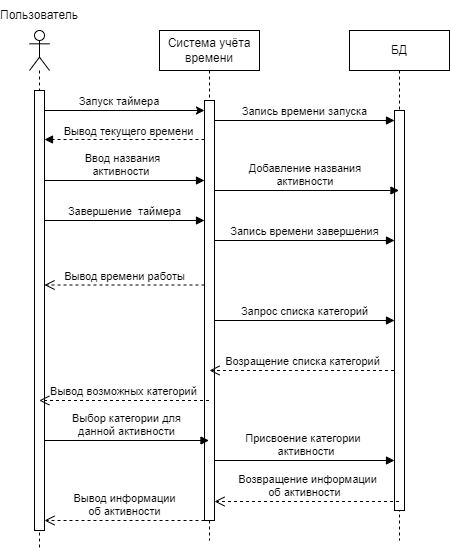
The draw.io diagram Диаграмма последовательности.png in MgrDim/Time-tracking-app-project, before a commit. Source tidied: cells renumbered, new cells last; positions are measured from the earlier drawing's top-left corner, leaving out a move shared by most shapes.
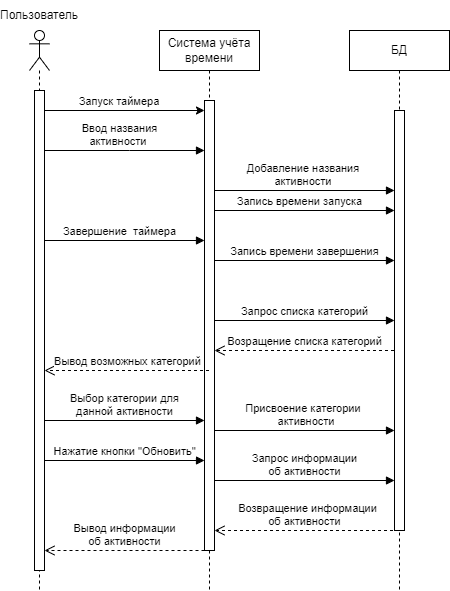
The same file after the commit.

Change to the diagram source:
```diff
@@ -3,22 +3,22 @@
     <mxCell id="0" />
     <mxCell id="1" parent="0" />
     <mxCell id="2" value="Система учёта времени" style="shape=umlLifeline;perimeter=lifelinePerimeter;whiteSpace=wrap;html=1;newEdgeStyle={&quot;edgeStyle&quot;:&quot;elbowEdgeStyle&quot;,&quot;elbow&quot;:&quot;vertical&quot;,&quot;curved&quot;:0,&quot;rounded&quot;:0};size=40;" parent="1" vertex="1">
-      <mxGeometry x="150" y="30" width="100" height="510" as="geometry" />
+      <mxGeometry x="150" y="30" width="100" height="560" as="geometry" />
     </mxCell>
     <mxCell id="3" style="html=1;points=[[0,0,0,0,5],[0,1,0,0,-5],[1,0,0,0,5],[1,1,0,0,-5]];perimeter=orthogonalPerimeter;outlineConnect=0;targetShapes=umlLifeline;portConstraint=eastwest;newEdgeStyle={&quot;curved&quot;:0,&quot;rounded&quot;:0};" parent="2" vertex="1">
-      <mxGeometry x="45" y="70" width="10" height="420" as="geometry" />
+      <mxGeometry x="45" y="70" width="10" height="450" as="geometry" />
     </mxCell>
     <mxCell id="4" style="shape=umlLifeline;perimeter=lifelinePerimeter;whiteSpace=wrap;html=1;newEdgeStyle={&quot;curved&quot;:0,&quot;rounded&quot;:0};participant=umlActor;" parent="1" vertex="1">
-      <mxGeometry x="20" y="30" width="20" height="520" as="geometry" />
+      <mxGeometry x="20" y="30" width="20" height="560" as="geometry" />
     </mxCell>
     <mxCell id="5" style="html=1;points=[[0,0,0,0,5],[0,1,0,0,-5],[1,0,0,0,5],[1,1,0,0,-5]];perimeter=orthogonalPerimeter;outlineConnect=0;targetShapes=umlLifeline;portConstraint=eastwest;newEdgeStyle={&quot;curved&quot;:0,&quot;rounded&quot;:0};" parent="4" vertex="1">
-      <mxGeometry x="5" y="60" width="10" height="440" as="geometry" />
+      <mxGeometry x="5" y="60" width="10" height="480" as="geometry" />
     </mxCell>
     <mxCell id="6" value="БД" style="shape=umlLifeline;perimeter=lifelinePerimeter;whiteSpace=wrap;html=1;newEdgeStyle={&quot;curved&quot;:0,&quot;rounded&quot;:0};" parent="1" vertex="1">
-      <mxGeometry x="340" y="30" width="100" height="510" as="geometry" />
+      <mxGeometry x="340" y="30" width="100" height="560" as="geometry" />
     </mxCell>
     <mxCell id="7" style="html=1;points=[[0,0,0,0,5],[0,1,0,0,-5],[1,0,0,0,5],[1,1,0,0,-5]];perimeter=orthogonalPerimeter;outlineConnect=0;targetShapes=umlLifeline;portConstraint=eastwest;newEdgeStyle={&quot;curved&quot;:0,&quot;rounded&quot;:0};" parent="6" vertex="1">
-      <mxGeometry x="45" y="80" width="10" height="400" as="geometry" />
+      <mxGeometry x="45" y="80" width="10" height="420" as="geometry" />
     </mxCell>
     <mxCell id="8" value="Пользователь" style="text;html=1;strokeColor=none;fillColor=none;align=center;verticalAlign=middle;whiteSpace=wrap;rounded=0;" parent="1" vertex="1">
       <mxGeometry width="60" height="30" as="geometry" />
@@ -35,48 +35,34 @@
       </mxGeometry>
     </mxCell>
     <mxCell id="11" value="Завершение&amp;nbsp; таймера" style="html=1;verticalAlign=bottom;endArrow=block;curved=0;rounded=0;" parent="1" edge="1">
-      <mxGeometry relative="1" as="geometry">
-        <mxPoint x="35" y="220" as="sourcePoint" />
-        <mxPoint x="195" y="220" as="targetPoint" />
+      <mxGeometry x="-0.06" relative="1" as="geometry">
+        <mxPoint x="35" y="240" as="sourcePoint" />
+        <mxPoint x="195" y="240" as="targetPoint" />
       </mxGeometry>
     </mxCell>
     <mxCell id="12" value="Запись времени запуска" style="html=1;verticalAlign=bottom;endArrow=block;curved=0;rounded=0;" parent="1" edge="1" target="7">
-      <mxGeometry relative="1" as="geometry">
-        <mxPoint x="205" y="120" as="sourcePoint" />
+      <mxGeometry x="-0.06" relative="1" as="geometry">
+        <mxPoint x="205" y="210" as="sourcePoint" />
       </mxGeometry>
     </mxCell>
     <mxCell id="13" value="Запись времени завершения" style="html=1;verticalAlign=bottom;endArrow=block;curved=0;rounded=0;" parent="1" edge="1">
       <mxGeometry relative="1" as="geometry">
-        <mxPoint x="205" y="240" as="sourcePoint" />
-        <mxPoint x="385" y="240" as="targetPoint" />
+        <mxPoint x="205" y="260" as="sourcePoint" />
+        <mxPoint x="385" y="260" as="targetPoint" />
       </mxGeometry>
     </mxCell>
-    <mxCell id="14" style="html=1;verticalAlign=bottom;endArrow=block;curved=0;rounded=0;dashed=1;" parent="1" edge="1">
-      <mxGeometry relative="1" as="geometry">
-        <mxPoint x="195" y="139" as="sourcePoint" />
-        <mxPoint x="35" y="139" as="targetPoint" />
-      </mxGeometry>
-    </mxCell>
-    <mxCell id="15" value="Вывод текущего времени" style="edgeLabel;html=1;align=center;verticalAlign=middle;" parent="14" vertex="1">
-      <mxGeometry x="-0.04" y="-1" relative="1" as="geometry">
-        <mxPoint y="-8" as="offset" />
-      </mxGeometry>
-    </mxCell>
-    <mxCell id="16" value="Вывод времени работы" style="html=1;verticalAlign=bottom;endArrow=open;dashed=1;endSize=8;curved=0;rounded=0;" parent="1" edge="1">
-      <mxGeometry relative="1" as="geometry">
-        <mxPoint x="195" y="284.5" as="sourcePoint" />
-        <mxPoint x="35" y="284.5" as="targetPoint" />
-      </mxGeometry>
-    </mxCell>
-    <mxCell id="17" value="&lt;font style=&quot;font-size: 11px;&quot;&gt;Ввод названия&lt;br&gt;активности&amp;nbsp;&lt;/font&gt;" style="html=1;verticalAlign=bottom;endArrow=block;curved=0;rounded=0;" parent="1" edge="1" source="5">
-      <mxGeometry x="-0.03" relative="1" as="geometry">
-        <mxPoint x="195" y="180" as="targetPoint" />
+    <mxCell id="17" value="&lt;font style=&quot;font-size: 11px;&quot;&gt;Ввод названия&lt;br&gt;активности&amp;nbsp;&lt;/font&gt;" style="html=1;verticalAlign=bottom;endArrow=block;curved=0;rounded=0;" parent="1" edge="1">
+      <mxGeometry x="-0.06" relative="1" as="geometry">
+        <mxPoint x="35" y="150" as="sourcePoint" />
+        <mxPoint x="195" y="150" as="targetPoint" />
+        <Array as="points">
+          <mxPoint x="120" y="150" />
+        </Array>
       </mxGeometry>
     </mxCell>
-    <mxCell id="18" value="Добавление названия&amp;nbsp;&lt;br&gt;активности&amp;nbsp;" style="html=1;verticalAlign=bottom;endArrow=block;curved=0;rounded=0;" parent="1" edge="1">
+    <mxCell id="18" value="Добавление названия&amp;nbsp;&lt;br&gt;активности&amp;nbsp;" style="html=1;verticalAlign=bottom;endArrow=block;curved=0;rounded=0;" parent="1" edge="1" target="7">
       <mxGeometry relative="1" as="geometry">
         <mxPoint x="205" y="190" as="sourcePoint" />
-        <mxPoint x="389.5" y="190" as="targetPoint" />
       </mxGeometry>
     </mxCell>
     <mxCell id="19" value="Запрос списка категорий" style="html=1;verticalAlign=bottom;endArrow=block;curved=0;rounded=0;" parent="1" edge="1">
@@ -85,40 +71,49 @@
         <mxPoint x="385" y="320" as="targetPoint" />
       </mxGeometry>
     </mxCell>
-    <mxCell id="20" value="Возращение списка категорий" style="html=1;verticalAlign=bottom;endArrow=open;dashed=1;endSize=8;curved=0;rounded=0;" parent="1" edge="1">
+    <mxCell id="20" value="Возращение списка категорий" style="html=1;verticalAlign=bottom;endArrow=open;dashed=1;endSize=8;curved=0;rounded=0;" parent="1" edge="1" target="3">
       <mxGeometry relative="1" as="geometry">
-        <mxPoint x="384.5" y="370" as="sourcePoint" />
-        <mxPoint x="200" y="370" as="targetPoint" />
+        <mxPoint x="384.5" y="350" as="sourcePoint" />
       </mxGeometry>
     </mxCell>
-    <mxCell id="21" value="Вывод возможных категорий" style="html=1;verticalAlign=bottom;endArrow=open;dashed=1;endSize=8;curved=0;rounded=0;" parent="1" edge="1">
+    <mxCell id="21" value="Вывод возможных категорий" style="html=1;verticalAlign=bottom;endArrow=open;dashed=1;endSize=8;curved=0;rounded=0;" parent="1" edge="1" target="5">
       <mxGeometry relative="1" as="geometry">
-        <mxPoint x="199.5" y="400" as="sourcePoint" />
-        <mxPoint x="29.8" y="400" as="targetPoint" />
+        <mxPoint x="199.5" y="370" as="sourcePoint" />
       </mxGeometry>
     </mxCell>
-    <mxCell id="22" value="Выбор категории для &lt;br&gt;данной активности" style="html=1;verticalAlign=bottom;endArrow=block;curved=0;rounded=0;" parent="1" edge="1">
+    <mxCell id="22" value="Выбор категории для &lt;br&gt;данной активности" style="html=1;verticalAlign=bottom;endArrow=block;curved=0;rounded=0;" parent="1" edge="1" target="3">
       <mxGeometry relative="1" as="geometry">
-        <mxPoint x="35" y="440" as="sourcePoint" />
-        <mxPoint x="199.5" y="440" as="targetPoint" />
+        <mxPoint x="35" y="420" as="sourcePoint" />
       </mxGeometry>
     </mxCell>
     <mxCell id="23" value="Присвоение категории&amp;nbsp;&lt;br&gt;&amp;nbsp;активности" style="html=1;verticalAlign=bottom;endArrow=block;curved=0;rounded=0;" parent="1" edge="1">
       <mxGeometry relative="1" as="geometry">
-        <mxPoint x="205" y="460" as="sourcePoint" />
-        <mxPoint x="385" y="460" as="targetPoint" />
+        <mxPoint x="205" y="430" as="sourcePoint" />
+        <mxPoint x="385" y="430" as="targetPoint" />
       </mxGeometry>
     </mxCell>
     <mxCell id="24" value="Возвращение информации &lt;br&gt;об активности&amp;nbsp;&amp;nbsp;" style="html=1;verticalAlign=bottom;endArrow=open;dashed=1;endSize=8;curved=0;rounded=0;" parent="1" edge="1">
       <mxGeometry relative="1" as="geometry">
-        <mxPoint x="389.5" y="501" as="sourcePoint" />
-        <mxPoint x="205" y="501" as="targetPoint" />
+        <mxPoint x="389.5" y="530" as="sourcePoint" />
+        <mxPoint x="205" y="530" as="targetPoint" />
       </mxGeometry>
     </mxCell>
-    <mxCell id="25" value="Вывод информации &lt;br&gt;об активности" style="html=1;verticalAlign=bottom;endArrow=open;dashed=1;endSize=8;curved=0;rounded=0;" parent="1" edge="1" source="3">
+    <mxCell id="25" value="Вывод информации &lt;br&gt;об активности" style="html=1;verticalAlign=bottom;endArrow=open;dashed=1;endSize=8;curved=0;rounded=0;" parent="1" edge="1">
       <mxGeometry relative="1" as="geometry">
-        <mxPoint x="35" y="520" as="targetPoint" />
+        <mxPoint x="195" y="550" as="sourcePoint" />
+        <mxPoint x="35" y="550" as="targetPoint" />
       </mxGeometry>
     </mxCell>
+    <mxCell id="26" value="Нажатие кнопки &quot;Обновить&quot;" style="html=1;verticalAlign=bottom;endArrow=block;curved=0;rounded=0;" parent="1" edge="1" source="5">
+      <mxGeometry relative="1" as="geometry">
+        <mxPoint x="195" y="460" as="targetPoint" />
+      </mxGeometry>
+    </mxCell>
+    <mxCell id="27" value="Запрос информации&lt;br&gt;об активности" style="html=1;verticalAlign=bottom;endArrow=block;curved=0;rounded=0;" parent="1" edge="1">
+      <mxGeometry relative="1" as="geometry">
+        <mxPoint x="205" y="480" as="sourcePoint" />
+        <mxPoint x="385" y="480" as="targetPoint" />
+      </mxGeometry>
+    </mxCell>
   </root>
 </mxGraphModel>
```
